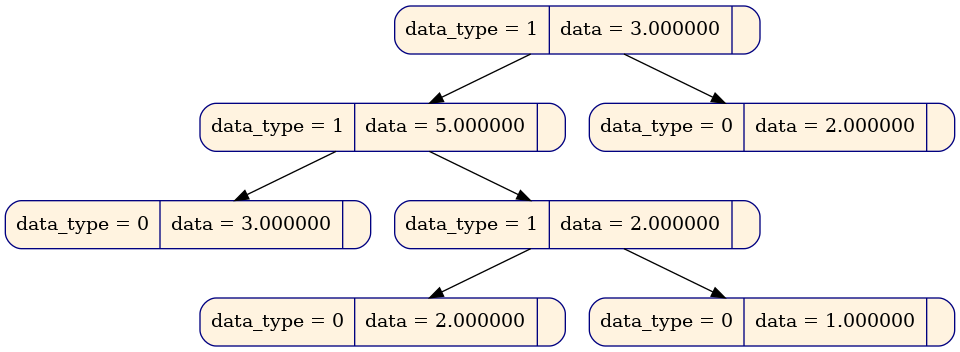
Above: diff_tree/gr_dump/diff_tree_5.dot.png in pupach/diff_tree (Graphviz), before the change. Its source is kept beside it as diff_tree/gr_dump/diff_tree_5.dot. Source of this version:
```dot
digraph
{
node [shape = Mrecord, color  = "navy", style = "filled"];
node0x622000000250[label = " data_type = 1 | data = 3.000000 | ", fillcolor = "#fff3e0", rank = 0];
node0x620000000160[label = " data_type = 1 | data = 5.000000 | ", fillcolor = "#fff3e0", rank = 1];
node0x619000000a80[label = " data_type = 0 | data = 3.000000 | ", fillcolor = "#fff3e0", rank = 2];
node0x6200000000b8[label = " data_type = 1 | data = 2.000000 | ", fillcolor = "#fff3e0", rank = 2];
node0x6200000000f0[label = " data_type = 0 | data = 2.000000 | ", fillcolor = "#fff3e0", rank = 3];
node0x620000000128[label = " data_type = 0 | data = 1.000000 | ", fillcolor = "#fff3e0", rank = 3];
node0x622000000218[label = " data_type = 0 | data = 2.000000 | ", fillcolor = "#fff3e0", rank = 1];
node0x622000000250 -> node0x620000000160;
node0x620000000160 -> node0x619000000a80;
node0x620000000160 -> node0x6200000000b8;
node0x6200000000b8 -> node0x6200000000f0;
node0x6200000000b8 -> node0x620000000128;
node0x622000000250 -> node0x622000000218;
}
```
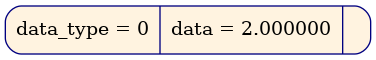
Later version of the same file.

Change to the diagram source:
```diff
@@ -1,17 +1,5 @@
 digraph
 {
 node [shape = Mrecord, color  = "navy", style = "filled"];
-node0x622000000250[label = " data_type = 1 | data = 3.000000 | ", fillcolor = "#fff3e0", rank = 0];
-node0x620000000160[label = " data_type = 1 | data = 5.000000 | ", fillcolor = "#fff3e0", rank = 1];
-node0x619000000a80[label = " data_type = 0 | data = 3.000000 | ", fillcolor = "#fff3e0", rank = 2];
-node0x6200000000b8[label = " data_type = 1 | data = 2.000000 | ", fillcolor = "#fff3e0", rank = 2];
-node0x6200000000f0[label = " data_type = 0 | data = 2.000000 | ", fillcolor = "#fff3e0", rank = 3];
-node0x620000000128[label = " data_type = 0 | data = 1.000000 | ", fillcolor = "#fff3e0", rank = 3];
-node0x622000000218[label = " data_type = 0 | data = 2.000000 | ", fillcolor = "#fff3e0", rank = 1];
-node0x622000000250 -> node0x620000000160;
-node0x620000000160 -> node0x619000000a80;
-node0x620000000160 -> node0x6200000000b8;
-node0x6200000000b8 -> node0x6200000000f0;
-node0x6200000000b8 -> node0x620000000128;
-node0x622000000250 -> node0x622000000218;
+node0x619000000ab8[label = " data_type = 0 | data = 2.000000 | ", fillcolor = "#fff3e0", rank = 0];
 }
```
